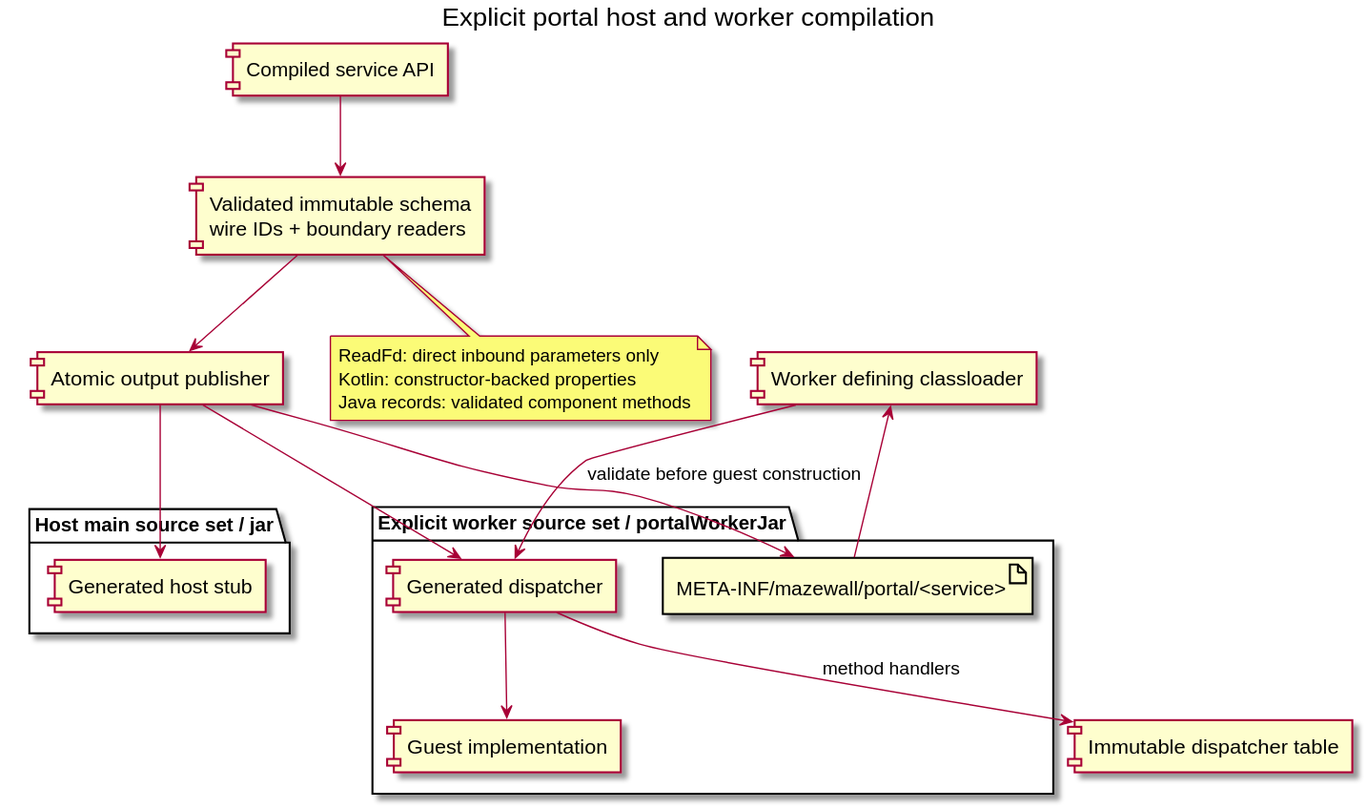
Pilleo/mazewall keeps this PlantUML diagram as docs/diagrams/portal_codegen.svg. Above is the earlier version.
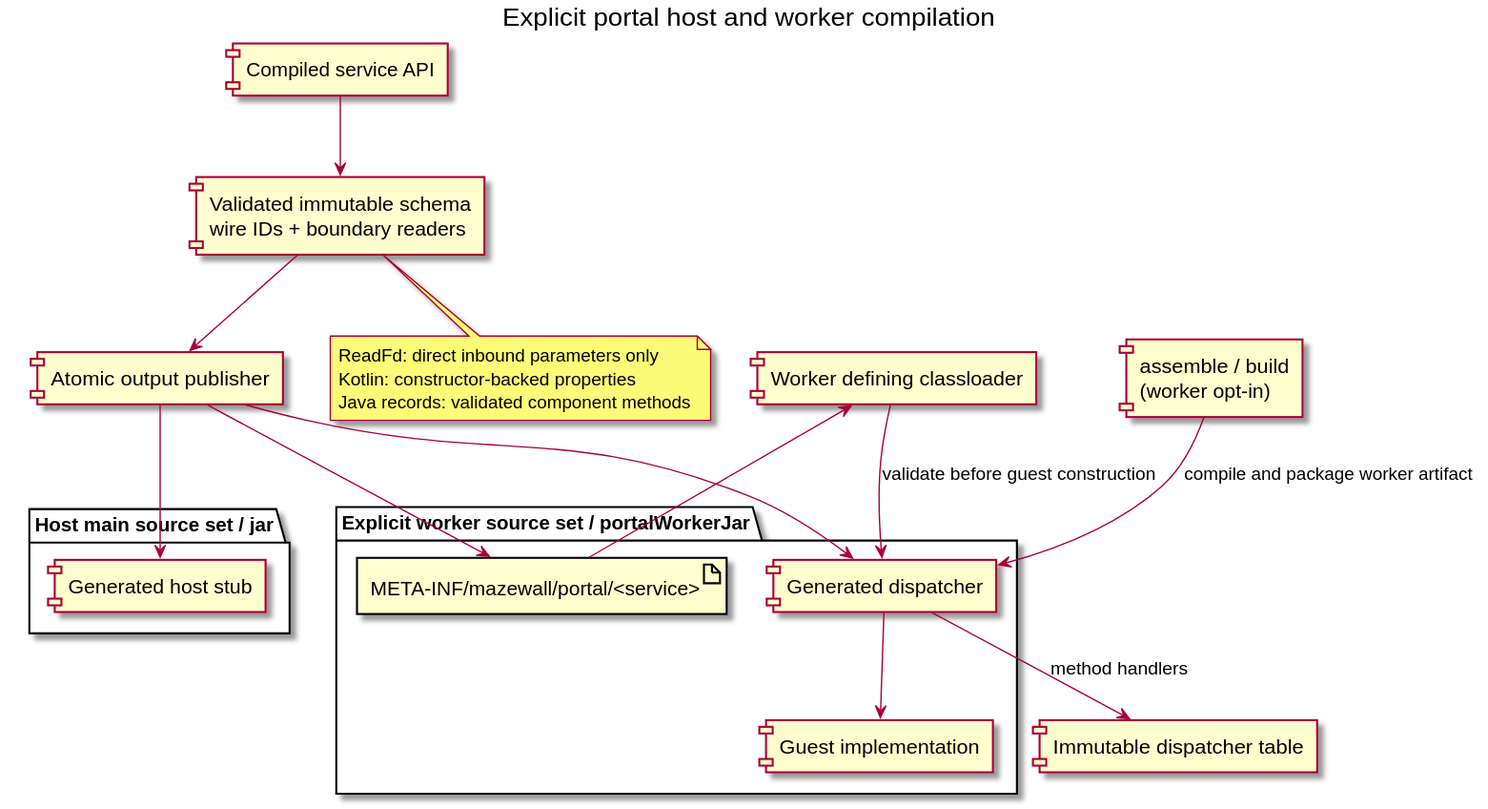
The same file after the commit.

Commit message:
fix(portal-codegen): wire worker artifact into build lifecycle

What changed in the source:
```diff
@@ -4,6 +4,7 @@
 component "Compiled service API" as api
 component "Validated immutable schema\nwire IDs + boundary readers" as schema
 component "Atomic output publisher" as publisher
+component "assemble / build\n(worker opt-in)" as build
 package "Host main source set / jar" {
   component "Generated host stub" as stub
 }
@@ -19,6 +20,7 @@
 publisher --> stub
 publisher --> dispatcher
 publisher --> descriptor
+build --> dispatcher : compile and package worker artifact
 dispatcher --> guest
 descriptor --> loader
 loader --> dispatcher : validate before guest construction
```
